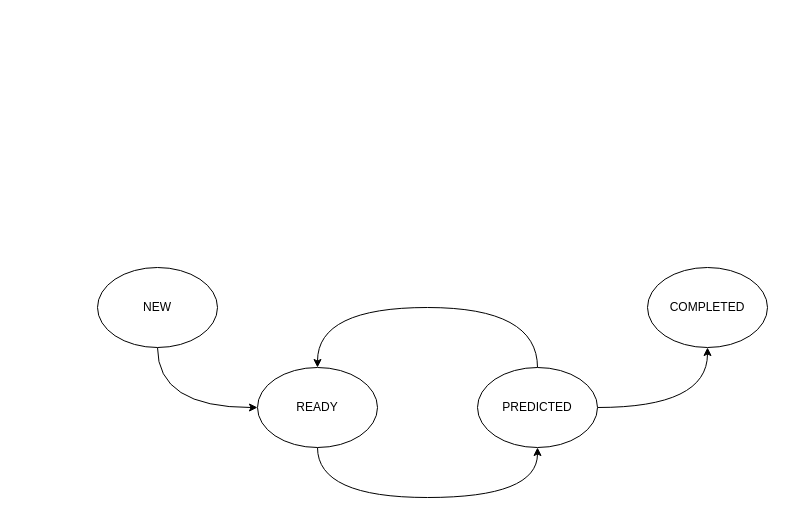
Above: page "algo_state_transition" (7 of 12) of docs/diagram/sliding_setting_scheme.drawio in HiIAmTzeKean/Streamsight (draw.io), before the change. Source tidied: cells renumbered, new cells numbered last; positions are measured from the earlier drawing's top-left corner, leaving out a move shared by most shapes. Both pictures are drawn from the tidied source at 100%, with x=0, y=0 at pixel (97, 267).
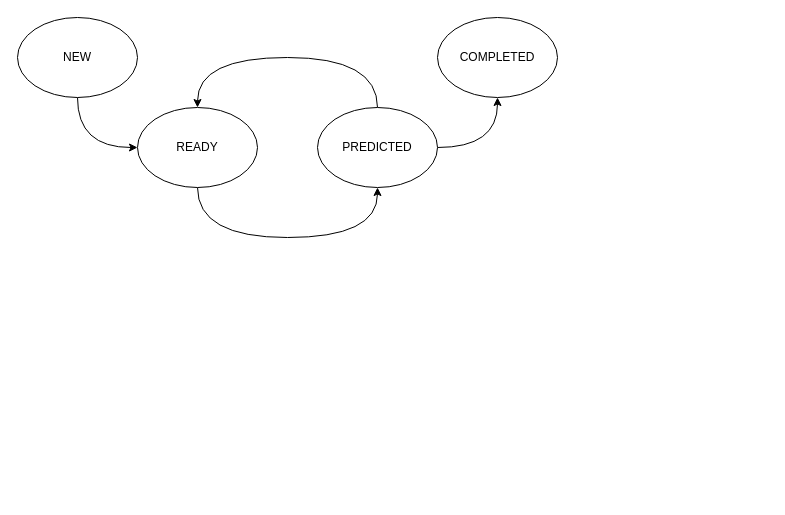
After the change.

Change to the diagram source:
```diff
@@
 <mxGraphModel>
   <root>
     <mxCell id="0" />
     <mxCell id="1" parent="0" />
     <mxCell id="2" style="edgeStyle=orthogonalEdgeStyle;rounded=0;jettySize=auto;html=1;entryX=0;entryY=0.5;entryDx=0;entryDy=0;curved=1;exitX=0.5;exitY=1;exitDx=0;exitDy=0;" parent="1" edge="1" source="3" target="5">
       <mxGeometry relative="1" as="geometry" />
     </mxCell>
     <mxCell id="3" value="NEW" style="ellipse;whiteSpace=wrap;html=1;" parent="1" vertex="1">
-      <mxGeometry width="120" height="80" as="geometry" />
+      <mxGeometry x="-80" y="-250" width="120" height="80" as="geometry" />
     </mxCell>
     <mxCell id="4" style="edgeStyle=orthogonalEdgeStyle;rounded=0;jettySize=auto;html=1;exitX=0.5;exitY=1;exitDx=0;exitDy=0;entryX=0.5;entryY=1;entryDx=0;entryDy=0;curved=1;" parent="1" edge="1" source="5" target="8">
       <mxGeometry relative="1" as="geometry">
         <Array as="points">
-          <mxPoint x="220" y="230" />
-          <mxPoint x="440" y="230" />
+          <mxPoint x="100" y="-30" />
+          <mxPoint x="280" y="-30" />
         </Array>
       </mxGeometry>
     </mxCell>
     <mxCell id="5" value="READY" style="ellipse;whiteSpace=wrap;html=1;" parent="1" vertex="1">
-      <mxGeometry x="160" y="100" width="120" height="80" as="geometry" />
+      <mxGeometry x="40" y="-160" width="120" height="80" as="geometry" />
     </mxCell>
-    <mxCell id="6" style="edgeStyle=orthogonalEdgeStyle;rounded=0;jettySize=auto;html=1;curved=1;" parent="1" edge="1" source="8" target="9">
+    <mxCell id="6" style="edgeStyle=orthogonalEdgeStyle;rounded=0;jettySize=auto;html=1;curved=1;exitX=1;exitY=0.5;exitDx=0;exitDy=0;" parent="1" edge="1" source="8" target="9">
       <mxGeometry relative="1" as="geometry" />
     </mxCell>
     <mxCell id="7" style="edgeStyle=orthogonalEdgeStyle;rounded=0;jettySize=auto;html=1;entryX=0.5;entryY=0;entryDx=0;entryDy=0;exitX=0.5;exitY=0;exitDx=0;exitDy=0;curved=1;" parent="1" edge="1" source="8" target="5">
       <mxGeometry relative="1" as="geometry">
         <Array as="points">
-          <mxPoint x="440" y="40" />
-          <mxPoint x="220" y="40" />
+          <mxPoint x="280" y="-210" />
+          <mxPoint x="100" y="-210" />
         </Array>
       </mxGeometry>
     </mxCell>
     <mxCell id="8" value="PREDICTED" style="ellipse;whiteSpace=wrap;html=1;" parent="1" vertex="1">
-      <mxGeometry x="380" y="100" width="120" height="80" as="geometry" />
+      <mxGeometry x="220" y="-160" width="120" height="80" as="geometry" />
     </mxCell>
     <mxCell id="9" value="COMPLETED" style="ellipse;whiteSpace=wrap;html=1;" parent="1" vertex="1">
-      <mxGeometry x="550" width="120" height="80" as="geometry" />
+      <mxGeometry x="340" y="-250" width="120" height="80" as="geometry" />
     </mxCell>
   </root>
 </mxGraphModel>
```
